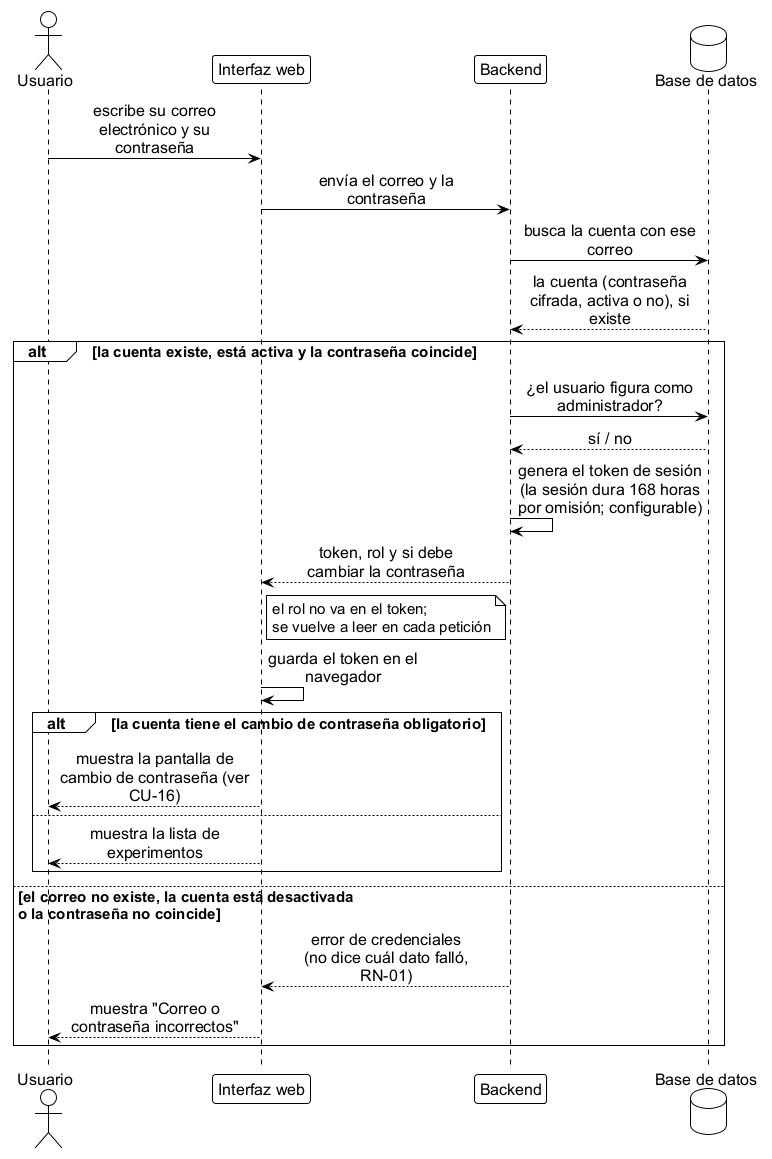
Earlier version of the PlantUML export figures/diagramas/seq_login.png (ErickJester/fst-ai-system-latex).
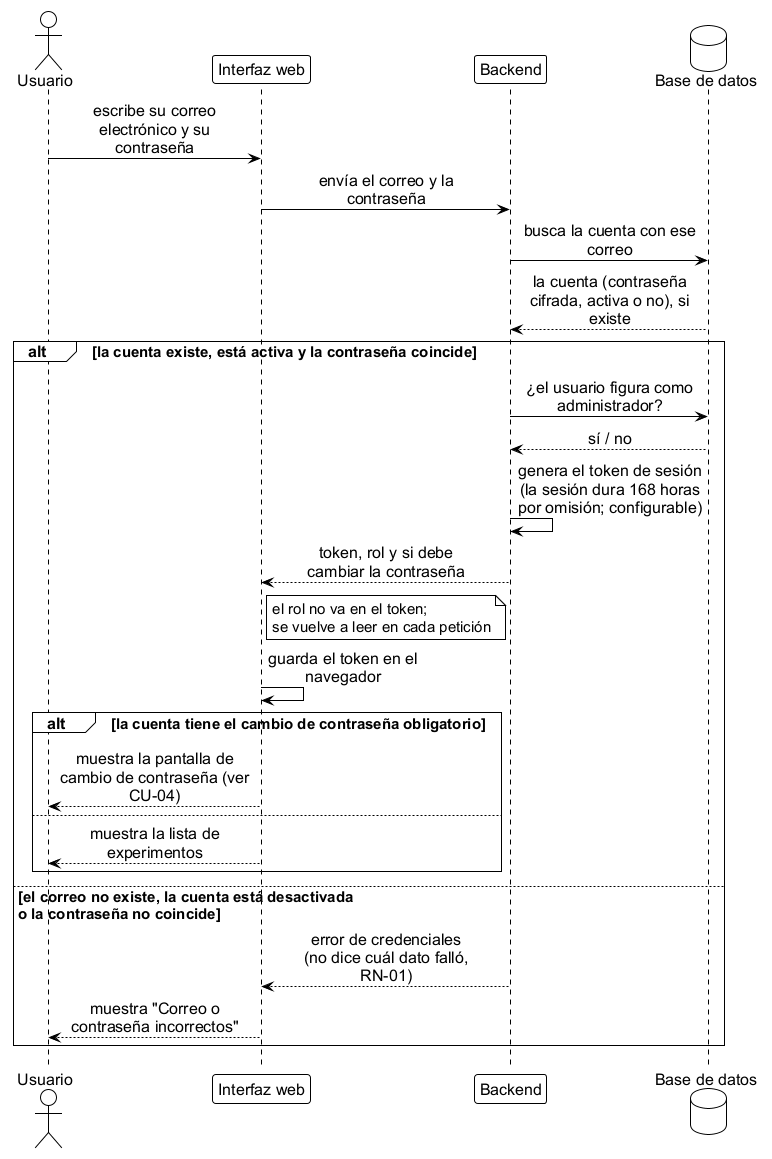
After the change.

The edit, as a diff of the source:
```diff
@@ -23,7 +23,7 @@
   end note
   ui -> ui: guarda el token en el\nnavegador
   alt la cuenta tiene el cambio de contraseña obligatorio
-    ui --> u: muestra la pantalla de\ncambio de contraseña (ver\nCU-16)
+    ui --> u: muestra la pantalla de\ncambio de contraseña (ver\nCU-04)
   else
     ui --> u: muestra la lista de\nexperimentos
   end
```
